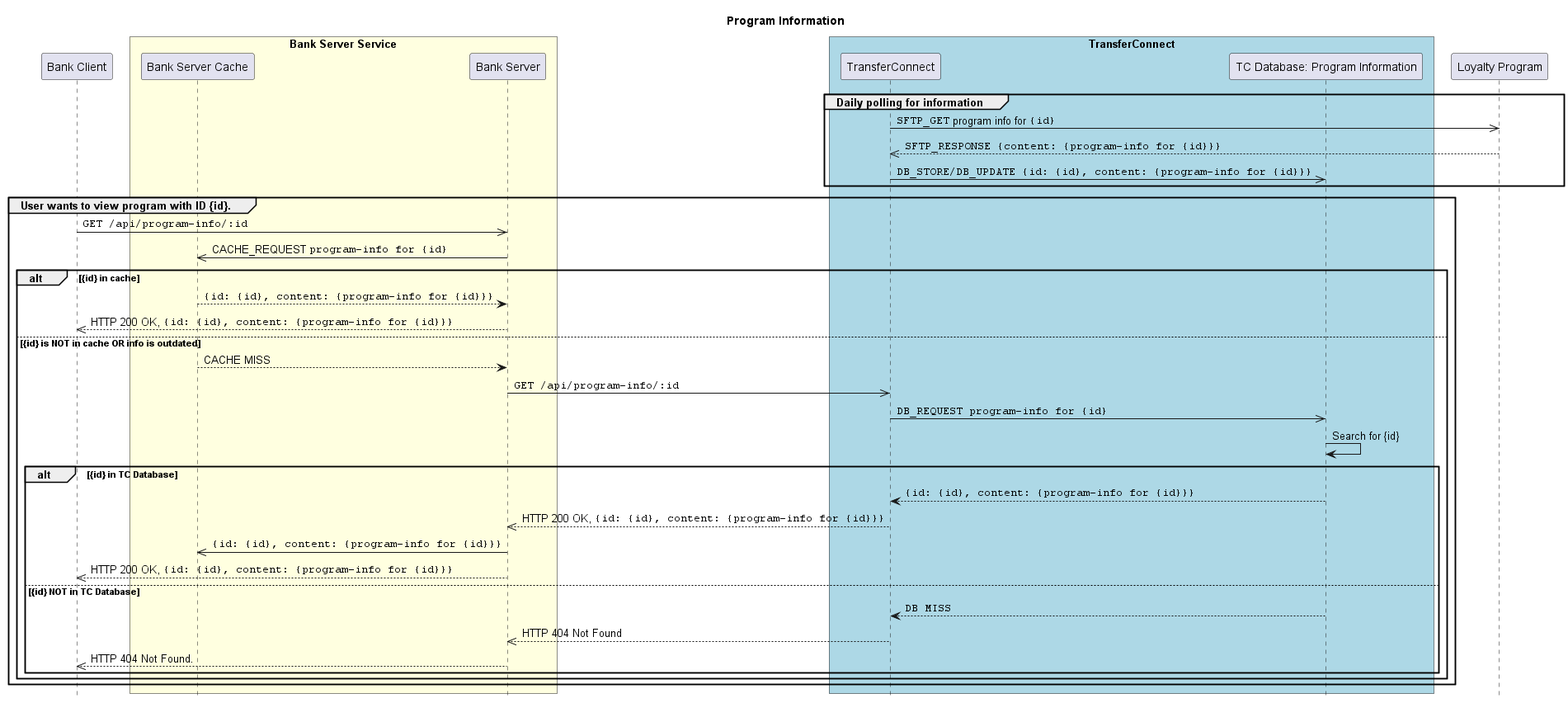
Before: diagrams/Program Information Sequence Diagram.png, a diagram exported from PlantUML (Rye123/esc-transferconnect).
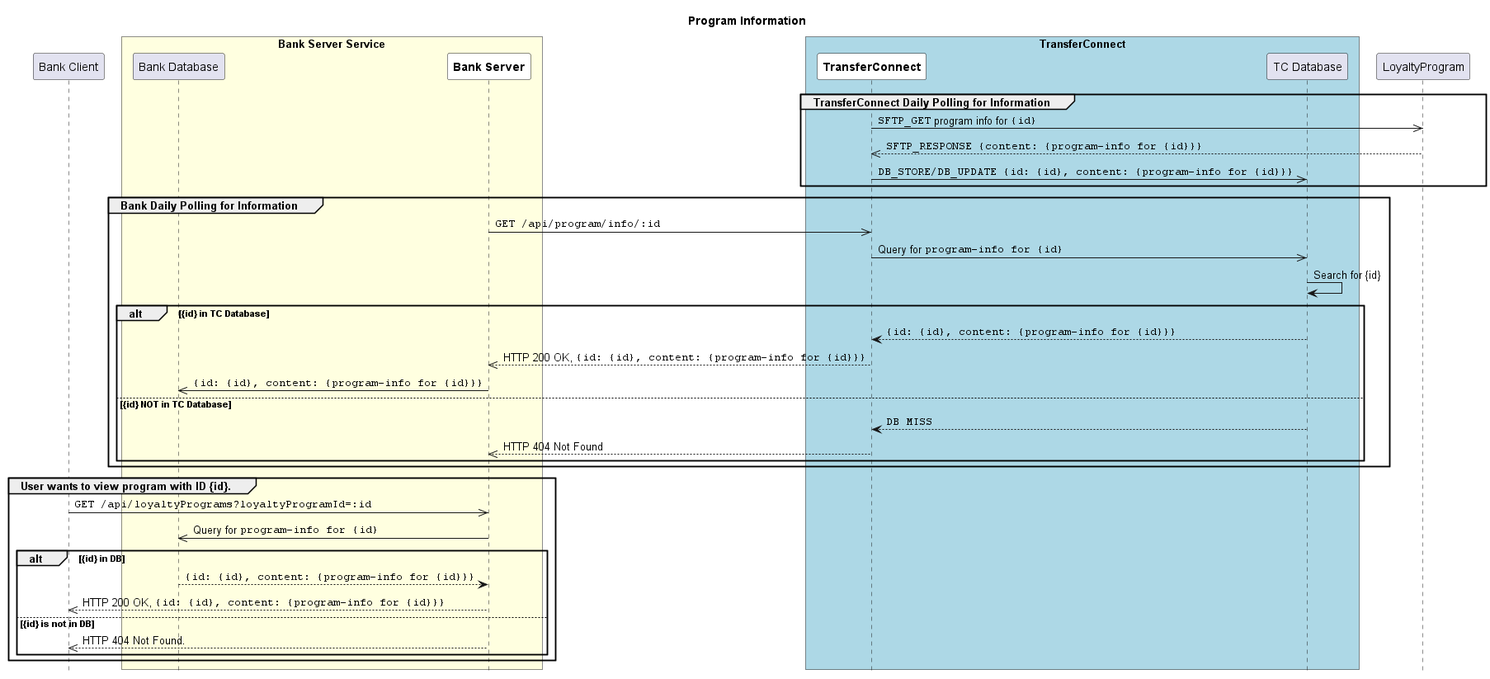
After the change.

Commit message:
docs: update sequence diagrams

Diff of the diagram source:
```diff
@@ -8,45 +8,44 @@
 participant BankClient as "Bank Client"
 
 box "Bank Server Service" #LightYellow
-  participant BankCache as "Bank Server Cache"
-  participant BankServer as "Bank Server"
+  participant BankDB as "Bank Database"
+  participant BankServer as "**Bank Server**" #white
 end box
 
 box "TransferConnect" #LightBlue
-  participant TransferConnect as "TransferConnect"
-  participant TCInfoDB as "TC Database: Program Information"
+  participant TransferConnect as "**TransferConnect**" #white
+  participant TCDB as "TC Database"
 end box
 
-participant LoyaltyProgram as "Loyalty Program"
-
-group Daily polling for information
+group TransferConnect Daily Polling for Information
   TransferConnect ->> LoyaltyProgram: ""SFTP_GET"" program info for ""{id}""
   TransferConnect <<-- LoyaltyProgram: ""SFTP_RESPONSE {content: {program-info for {id}}}""
-  TransferConnect ->> TCInfoDB: ""DB_STORE/DB_UPDATE {id: {id}, content: {program-info for {id}}}""
+  TransferConnect ->> TCDB: ""DB_STORE/DB_UPDATE {id: {id}, content: {program-info for {id}}}""
+end
+
+group Bank Daily Polling for Information
+  BankServer ->> TransferConnect: ""GET /api/program/info/:id""
+    TransferConnect ->> TCDB: Query for ""program-info for {id}""
+    TCDB -> TCDB: Search for {id}
+    alt {id} in TC Database
+      TransferConnect <-- TCDB: ""{id: {id}, content: {program-info for {id}}}""
+      BankServer <<-- TransferConnect: HTTP 200 OK, ""{id: {id}, content: {program-info for {id}}}""
+      BankDB <<- BankServer: ""{id: {id}, content: {program-info for {id}}}""
+    else {id} NOT in TC Database
+      TransferConnect <-- TCDB: ""DB MISS""
+      BankServer <<-- TransferConnect: HTTP 404 Not Found
+    end
 end
 
 group User wants to view program with ID {id}.
-  BankClient ->> BankServer: ""GET /api/program-info/:id""
+  BankClient ->> BankServer: ""GET /api/loyaltyPrograms?loyaltyProgramId=:id""
 
-  BankCache <<- BankServer: CACHE_REQUEST ""program-info for {id}""
-  alt {id} in cache
-    BankCache --> BankServer: ""{id: {id}, content: {program-info for {id}}}""
+  BankDB <<- BankServer: Query for ""program-info for {id}""
+  alt {id} in DB
+    BankDB --> BankServer: ""{id: {id}, content: {program-info for {id}}}""
     BankClient <<-- BankServer: HTTP 200 OK, ""{id: {id}, content: {program-info for {id}}}""
-  else {id} is NOT in cache OR info is outdated
-    BankCache --> BankServer: CACHE MISS
-    BankServer ->> TransferConnect: ""GET /api/program-info/:id""
-    TransferConnect ->> TCInfoDB: ""DB_REQUEST program-info for {id}""
-    TCInfoDB -> TCInfoDB: Search for {id}
-    alt {id} in TC Database
-      TransferConnect <-- TCInfoDB: ""{id: {id}, content: {program-info for {id}}}""
-      BankServer <<-- TransferConnect: HTTP 200 OK, ""{id: {id}, content: {program-info for {id}}}""
-      BankCache <<- BankServer: ""{id: {id}, content: {program-info for {id}}}""
-      BankClient <<-- BankServer: HTTP 200 OK, ""{id: {id}, content: {program-info for {id}}}""
-    else {id} NOT in TC Database
-      TransferConnect <-- TCInfoDB: ""DB MISS""
-      BankServer <<-- TransferConnect: HTTP 404 Not Found
-      BankClient <<-- BankServer: HTTP 404 Not Found.
-    end
+  else {id} is not in DB
+    BankClient <<-- BankServer: HTTP 404 Not Found.
   end
 end
 @enduml
```
